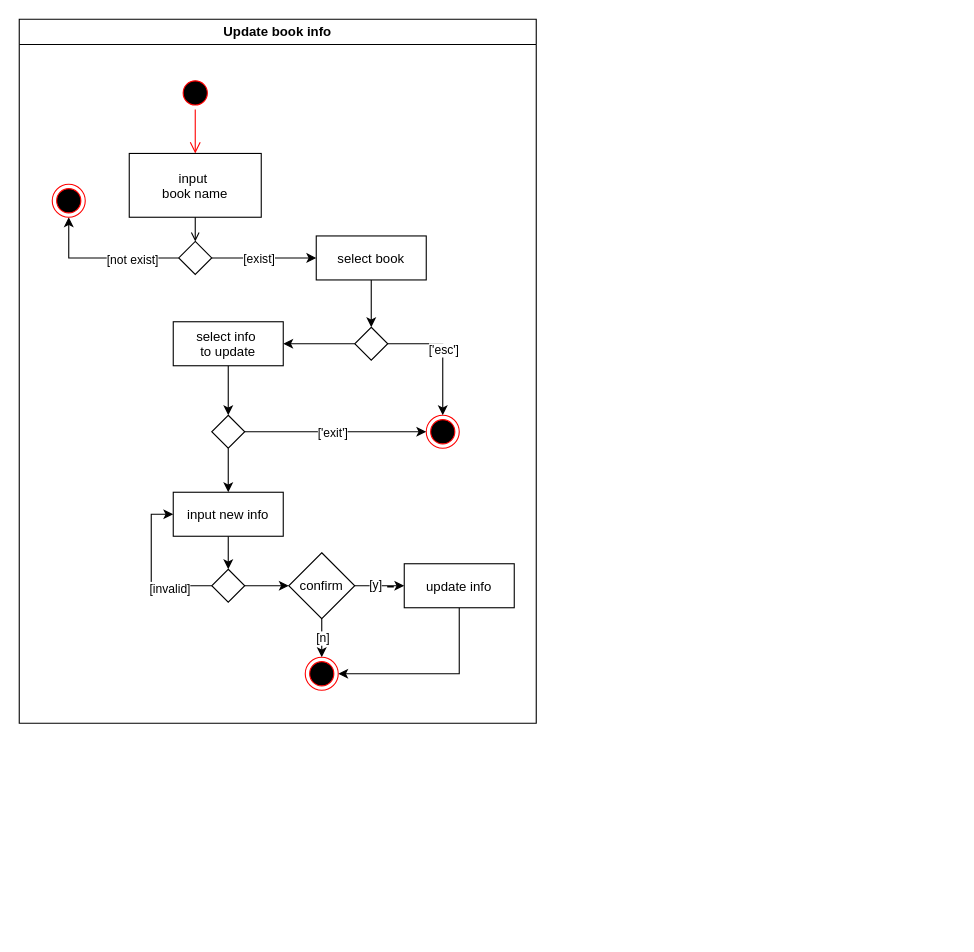
This is page "Update book info" (4 of 7) of Diagrams/ActivityDiagram.drawio from starven333/ShopProject, a draw.io file, before an edit. Source tidied: cells renumbered, new cells numbered last; positions are measured from the earlier drawing's top-left corner, leaving out a move shared by most shapes. Both pictures are drawn from the tidied source at 110%, with x=0, y=0 at pixel (19, 19).
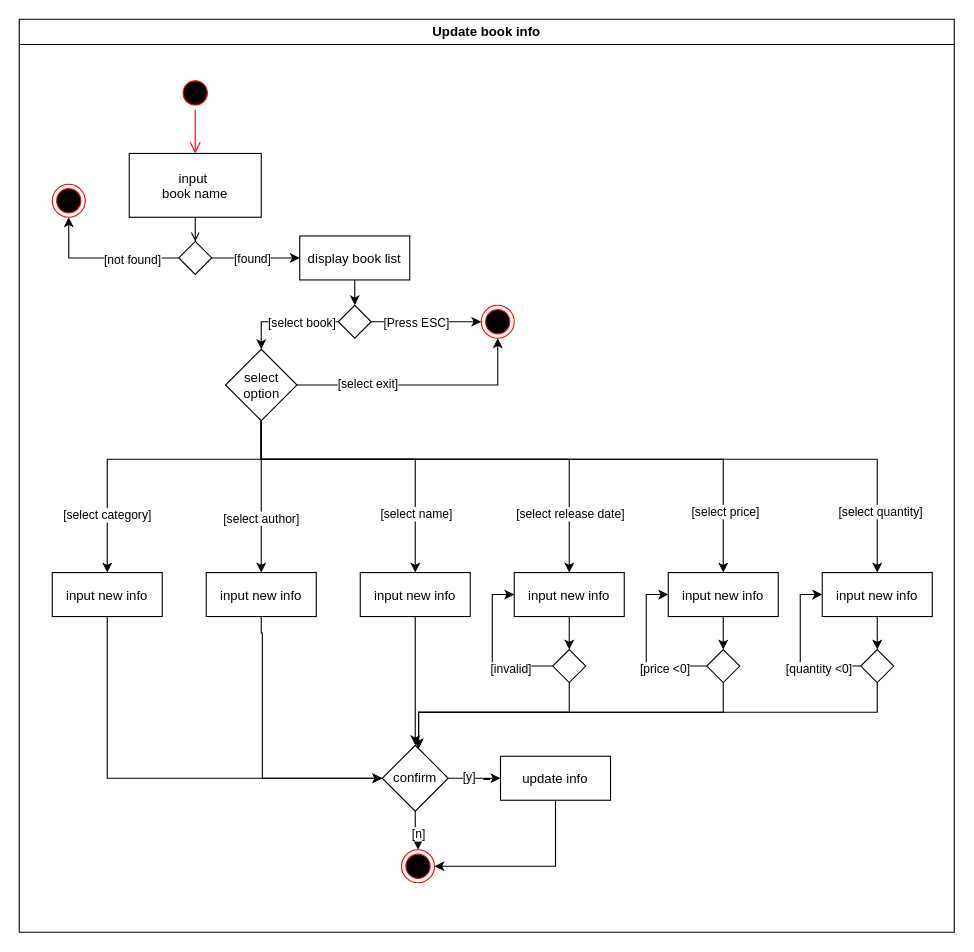
The same diagram, later.

The change refers to these unchanged cells:
```xml
<mxCell id="6" style="edgeStyle=orthogonalEdgeStyle;rounded=0;jettySize=auto;html=1;entryX=0.5;entryY=1;entryDx=0;entryDy=0;" parent="2" edge="1" source="10" target="12">
  <mxGeometry relative="1" as="geometry">
    <Array as="points">
      <mxPoint x="45" y="217" />
    </Array>
  </mxGeometry>
</mxCell>
<mxCell id="10" style="rhombus;whiteSpace=wrap;html=1;" parent="2" vertex="1">
  <mxGeometry x="145" y="202" width="30" height="30" as="geometry" />
</mxCell>
<mxCell id="22" style="edgeStyle=orthogonalEdgeStyle;rounded=0;jettySize=auto;html=1;" parent="2" edge="1" source="23" target="27">
  <mxGeometry relative="1" as="geometry" />
</mxCell>
```

Change to the diagram source:
```diff
@@
     <mxCell id="2" value="Update book info" style="swimlane;whiteSpace=wrap;startSize=23;" parent="1" vertex="1">
-      <mxGeometry width="470" height="640" as="geometry" />
+      <mxGeometry width="850" height="830" as="geometry" />
     </mxCell>
@@
-    <mxCell id="7" value="[not exist]" style="edgeLabel;html=1;align=center;verticalAlign=middle;" parent="6" vertex="1">
+    <mxCell id="7" value="[not found]" style="edgeLabel;html=1;align=center;verticalAlign=middle;" parent="6" vertex="1">
       <mxGeometry x="-0.37" y="1" relative="1" as="geometry" />
     </mxCell>
-    <mxCell id="8" style="edgeStyle=orthogonalEdgeStyle;rounded=0;jettySize=auto;html=1;" parent="2" edge="1" source="10" target="15">
+    <mxCell id="8" style="edgeStyle=orthogonalEdgeStyle;rounded=0;jettySize=auto;html=1;entryX=0;entryY=0.5;entryDx=0;entryDy=0;" parent="2" edge="1" source="10" target="56">
       <mxGeometry relative="1" as="geometry" />
     </mxCell>
-    <mxCell id="9" value="[exist]" style="edgeLabel;html=1;align=center;verticalAlign=middle;" parent="8" vertex="1">
+    <mxCell id="9" value="[found]" style="edgeLabel;html=1;align=center;verticalAlign=middle;" parent="8" vertex="1">
       <mxGeometry x="-0.11" relative="1" as="geometry" />
     </mxCell>
@@
-    <mxCell id="13" style="edgeStyle=orthogonalEdgeStyle;rounded=0;jettySize=auto;html=1;entryX=1;entryY=0.5;entryDx=0;entryDy=0;" parent="2" edge="1" source="19" target="18">
-      <mxGeometry relative="1" as="geometry" />
-    </mxCell>
-    <mxCell id="14" style="edgeStyle=orthogonalEdgeStyle;rounded=0;jettySize=auto;html=1;" parent="2" edge="1" source="15" target="19">
-      <mxGeometry relative="1" as="geometry" />
-    </mxCell>
-    <mxCell id="15" value="select book" parent="2" vertex="1">
-      <mxGeometry x="270" y="197" width="100" height="40" as="geometry" />
-    </mxCell>
     <mxCell id="16" style="ellipse;shape=endState;fillColor=#000000;strokeColor=#ff0000;" parent="2" vertex="1">
-      <mxGeometry x="370" y="360" width="30" height="30" as="geometry" />
+      <mxGeometry x="420" y="260" width="30" height="30" as="geometry" />
     </mxCell>
-    <mxCell id="17" style="edgeStyle=orthogonalEdgeStyle;rounded=0;jettySize=auto;html=1;" parent="2" edge="1" source="18" target="23">
-      <mxGeometry relative="1" as="geometry" />
-    </mxCell>
-    <mxCell id="18" value="select info &#10;to update" parent="2" vertex="1">
-      <mxGeometry x="140" y="275" width="100" height="40" as="geometry" />
-    </mxCell>
+    <mxCell id="20" style="edgeStyle=orthogonalEdgeStyle;rounded=0;jettySize=auto;html=1;" parent="2" edge="1" source="19" target="16">
+      <mxGeometry relative="1" as="geometry" />
+    </mxCell>
+    <mxCell id="40" value="[Press ESC]" style="edgeLabel;html=1;align=center;verticalAlign=middle;" parent="20" vertex="1">
+      <mxGeometry x="-0.2" relative="1" as="geometry" />
+    </mxCell>
+    <mxCell id="41" style="edgeStyle=orthogonalEdgeStyle;rounded=0;jettySize=auto;html=1;entryX=0.5;entryY=0;entryDx=0;entryDy=0;" parent="2" edge="1" source="19" target="23">
+      <mxGeometry relative="1" as="geometry" />
+    </mxCell>
+    <mxCell id="42" value="[select book]" style="edgeLabel;html=1;align=center;verticalAlign=middle;" parent="41" vertex="1">
+      <mxGeometry x="-0.28" relative="1" as="geometry" />
+    </mxCell>
     <mxCell id="19" style="rhombus;whiteSpace=wrap;html=1;" parent="2" vertex="1">
-      <mxGeometry x="305" y="280" width="30" height="30" as="geometry" />
+      <mxGeometry x="290" y="260" width="30" height="30" as="geometry" />
     </mxCell>
-    <mxCell id="20" style="edgeStyle=orthogonalEdgeStyle;rounded=0;jettySize=auto;html=1;exitX=1;exitY=0.5;exitDx=0;exitDy=0;" parent="2" edge="1" source="19" target="16">
-      <mxGeometry relative="1" as="geometry" />
-    </mxCell>
-    <mxCell id="21" value="['esc']" style="edgeLabel;html=1;align=center;verticalAlign=middle;" parent="20" vertex="1">
-      <mxGeometry x="-0.04" relative="1" as="geometry" />
-    </mxCell>
@@
+    <mxCell id="43" value="[select author]" style="edgeLabel;html=1;align=center;verticalAlign=middle;" parent="22" vertex="1">
+      <mxGeometry x="0.27" y="-1" relative="1" as="geometry" />
+    </mxCell>
+    <mxCell id="24" style="edgeStyle=orthogonalEdgeStyle;rounded=0;jettySize=auto;html=1;entryX=0.5;entryY=1;entryDx=0;entryDy=0;" parent="2" edge="1" source="23" target="16">
+      <mxGeometry relative="1" as="geometry" />
+    </mxCell>
+    <mxCell id="44" value="[select exit]" style="edgeLabel;html=1;align=center;verticalAlign=middle;" parent="24" vertex="1">
+      <mxGeometry x="-0.43" y="1" relative="1" as="geometry" />
+    </mxCell>
+    <mxCell id="45" style="edgeStyle=orthogonalEdgeStyle;rounded=0;jettySize=auto;html=1;" parent="2" edge="1" source="23" target="65">
+      <mxGeometry relative="1" as="geometry">
+        <Array as="points">
+          <mxPoint x="220" y="400" />
+          <mxPoint x="80" y="400" />
+        </Array>
+      </mxGeometry>
+    </mxCell>
+    <mxCell id="46" value="[select category]" style="edgeLabel;html=1;align=center;verticalAlign=middle;" parent="45" vertex="1">
+      <mxGeometry x="0.62" y="-1" relative="1" as="geometry" />
+    </mxCell>
+    <mxCell id="47" style="edgeStyle=orthogonalEdgeStyle;rounded=0;jettySize=auto;html=1;entryX=0.5;entryY=0;entryDx=0;entryDy=0;" parent="2" edge="1" source="23" target="58">
+      <mxGeometry relative="1" as="geometry">
+        <Array as="points">
+          <mxPoint x="220" y="400" />
+          <mxPoint x="360" y="400" />
+        </Array>
+      </mxGeometry>
+    </mxCell>
+    <mxCell id="48" value="[select name]" style="edgeLabel;html=1;align=center;verticalAlign=middle;" parent="47" vertex="1">
+      <mxGeometry x="0.61" relative="1" as="geometry" />
+    </mxCell>
+    <mxCell id="49" style="edgeStyle=orthogonalEdgeStyle;rounded=0;jettySize=auto;html=1;" parent="2" edge="1" source="23" target="60">
+      <mxGeometry relative="1" as="geometry">
+        <Array as="points">
+          <mxPoint x="220" y="400" />
+          <mxPoint x="500" y="400" />
+        </Array>
+      </mxGeometry>
+    </mxCell>
+    <mxCell id="50" value="[select release date]" style="edgeLabel;html=1;align=center;verticalAlign=middle;" parent="49" vertex="1">
+      <mxGeometry x="0.74" relative="1" as="geometry" />
+    </mxCell>
+    <mxCell id="51" style="edgeStyle=orthogonalEdgeStyle;rounded=0;jettySize=auto;html=1;" parent="2" edge="1" source="23" target="67">
+      <mxGeometry relative="1" as="geometry">
+        <Array as="points">
+          <mxPoint x="220" y="400" />
+          <mxPoint x="640" y="400" />
+        </Array>
+      </mxGeometry>
+    </mxCell>
+    <mxCell id="52" value="[select price]" style="edgeLabel;html=1;align=center;verticalAlign=middle;" parent="51" vertex="1">
+      <mxGeometry x="0.8" y="1" relative="1" as="geometry" />
+    </mxCell>
+    <mxCell id="53" style="edgeStyle=orthogonalEdgeStyle;rounded=0;jettySize=auto;html=1;" parent="2" edge="1" source="23" target="73">
+      <mxGeometry relative="1" as="geometry">
+        <Array as="points">
+          <mxPoint x="220" y="400" />
+          <mxPoint x="780" y="400" />
+        </Array>
+      </mxGeometry>
+    </mxCell>
+    <mxCell id="54" value="[select quantity]" style="edgeLabel;html=1;align=center;verticalAlign=middle;" parent="53" vertex="1">
+      <mxGeometry x="0.84" y="2" relative="1" as="geometry" />
+    </mxCell>
-    <mxCell id="23" style="rhombus;whiteSpace=wrap;html=1;" parent="2" vertex="1">
-      <mxGeometry x="175" y="360" width="30" height="30" as="geometry" />
+    <mxCell id="23" value="select option" style="rhombus;whiteSpace=wrap;html=1;" parent="2" vertex="1">
+      <mxGeometry x="187.5" y="300" width="65" height="65" as="geometry" />
     </mxCell>
-    <mxCell id="24" style="edgeStyle=orthogonalEdgeStyle;rounded=0;jettySize=auto;html=1;exitX=1;exitY=0.5;exitDx=0;exitDy=0;" parent="2" edge="1" source="23" target="16">
-      <mxGeometry relative="1" as="geometry" />
-    </mxCell>
-    <mxCell id="25" value="['exit']" style="edgeLabel;html=1;align=center;verticalAlign=middle;" parent="24" vertex="1">
-      <mxGeometry x="-0.04" relative="1" as="geometry" />
-    </mxCell>
-    <mxCell id="26" style="edgeStyle=orthogonalEdgeStyle;rounded=0;jettySize=auto;html=1;" parent="2" edge="1" source="27" target="31">
-      <mxGeometry relative="1" as="geometry" />
+    <mxCell id="26" style="edgeStyle=orthogonalEdgeStyle;rounded=0;jettySize=auto;html=1;" parent="2" edge="1" source="27" target="36">
+      <mxGeometry relative="1" as="geometry">
+        <Array as="points">
+          <mxPoint x="220" y="558" />
+          <mxPoint x="221" y="558" />
+          <mxPoint x="221" y="690" />
+        </Array>
+      </mxGeometry>
     </mxCell>
     <mxCell id="27" value="input new info" parent="2" vertex="1">
-      <mxGeometry x="140" y="430" width="100" height="40" as="geometry" />
+      <mxGeometry x="170" y="503" width="100" height="40" as="geometry" />
     </mxCell>
-    <mxCell id="28" style="edgeStyle=orthogonalEdgeStyle;rounded=0;jettySize=auto;html=1;entryX=0;entryY=0.5;entryDx=0;entryDy=0;" parent="2" edge="1" source="31" target="27">
-      <mxGeometry relative="1" as="geometry">
-        <Array as="points">
-          <mxPoint x="120" y="515" />
-          <mxPoint x="120" y="450" />
-        </Array>
-      </mxGeometry>
-    </mxCell>
-    <mxCell id="29" value="[invalid]" style="edgeLabel;html=1;align=center;verticalAlign=middle;" parent="28" vertex="1">
-      <mxGeometry x="-0.45" y="2" relative="1" as="geometry" />
-    </mxCell>
-    <mxCell id="30" style="edgeStyle=orthogonalEdgeStyle;rounded=0;jettySize=auto;html=1;" parent="2" edge="1" source="31" target="36">
-      <mxGeometry relative="1" as="geometry" />
-    </mxCell>
-    <mxCell id="31" style="rhombus;whiteSpace=wrap;html=1;" parent="2" vertex="1">
-      <mxGeometry x="175" y="500" width="30" height="30" as="geometry" />
-    </mxCell>
     <mxCell id="32" style="edgeStyle=orthogonalEdgeStyle;rounded=0;jettySize=auto;html=1;entryX=0;entryY=0.5;entryDx=0;entryDy=0;" parent="2" edge="1" source="36" target="38">
       <mxGeometry relative="1" as="geometry">
         <Array as="points">
-          <mxPoint x="340" y="515" />
-          <mxPoint x="340" y="516" />
-          <mxPoint x="335" y="516" />
+          <mxPoint x="427.5" y="690" />
+          <mxPoint x="427.5" y="691" />
+          <mxPoint x="422.5" y="691" />
         </Array>
       </mxGeometry>
     </mxCell>
@@
     <mxCell id="36" value="confirm" style="rhombus;whiteSpace=wrap;html=1;" parent="2" vertex="1">
-      <mxGeometry x="245" y="485" width="60" height="60" as="geometry" />
+      <mxGeometry x="330" y="660" width="60" height="60" as="geometry" />
     </mxCell>
     <mxCell id="37" style="edgeStyle=orthogonalEdgeStyle;rounded=0;jettySize=auto;html=1;entryX=1;entryY=0.5;entryDx=0;entryDy=0;" parent="2" edge="1" source="38" target="39">
       <mxGeometry relative="1" as="geometry">
         <Array as="points">
-          <mxPoint x="400" y="595" />
+          <mxPoint x="487.5" y="770" />
         </Array>
       </mxGeometry>
     </mxCell>
     <mxCell id="38" value="update info" parent="2" vertex="1">
-      <mxGeometry x="350" y="495" width="100" height="40" as="geometry" />
+      <mxGeometry x="437.5" y="670" width="100" height="40" as="geometry" />
     </mxCell>
     <mxCell id="39" style="ellipse;shape=endState;fillColor=#000000;strokeColor=#ff0000;" parent="2" vertex="1">
-      <mxGeometry x="260" y="580" width="30" height="30" as="geometry" />
+      <mxGeometry x="347.5" y="755" width="30" height="30" as="geometry" />
     </mxCell>
+    <mxCell id="55" style="edgeStyle=orthogonalEdgeStyle;rounded=0;jettySize=auto;html=1;" parent="2" edge="1" source="56" target="19">
+      <mxGeometry relative="1" as="geometry" />
+    </mxCell>
+    <mxCell id="56" value="display book list" parent="2" vertex="1">
+      <mxGeometry x="255" y="197" width="100" height="40" as="geometry" />
+    </mxCell>
+    <mxCell id="57" style="edgeStyle=orthogonalEdgeStyle;rounded=0;jettySize=auto;html=1;" parent="2" edge="1" source="58" target="36">
+      <mxGeometry relative="1" as="geometry">
+        <Array as="points">
+          <mxPoint x="370" y="540" />
+          <mxPoint x="370" y="540" />
+        </Array>
+      </mxGeometry>
+    </mxCell>
+    <mxCell id="58" value="input new info" parent="2" vertex="1">
+      <mxGeometry x="310" y="503" width="100" height="40" as="geometry" />
+    </mxCell>
+    <mxCell id="59" style="edgeStyle=orthogonalEdgeStyle;rounded=0;jettySize=auto;html=1;" parent="2" edge="1" source="60" target="63">
+      <mxGeometry relative="1" as="geometry" />
+    </mxCell>
+    <mxCell id="60" value="input new info" parent="2" vertex="1">
+      <mxGeometry x="450" y="503" width="100" height="40" as="geometry" />
+    </mxCell>
+    <mxCell id="61" style="edgeStyle=orthogonalEdgeStyle;rounded=0;jettySize=auto;html=1;entryX=0;entryY=0.5;entryDx=0;entryDy=0;" parent="2" edge="1" source="63" target="60">
+      <mxGeometry relative="1" as="geometry">
+        <Array as="points">
+          <mxPoint x="430" y="588" />
+          <mxPoint x="430" y="523" />
+        </Array>
+      </mxGeometry>
+    </mxCell>
+    <mxCell id="29" value="[invalid]" style="edgeLabel;html=1;align=center;verticalAlign=middle;" parent="61" vertex="1">
+      <mxGeometry x="-0.45" y="2" relative="1" as="geometry" />
+    </mxCell>
+    <mxCell id="62" style="edgeStyle=orthogonalEdgeStyle;rounded=0;jettySize=auto;html=1;" parent="2" edge="1" source="63" target="36">
+      <mxGeometry relative="1" as="geometry">
+        <Array as="points">
+          <mxPoint x="500" y="630" />
+          <mxPoint x="363" y="630" />
+        </Array>
+      </mxGeometry>
+    </mxCell>
+    <mxCell id="63" style="rhombus;whiteSpace=wrap;html=1;" parent="2" vertex="1">
+      <mxGeometry x="485" y="573" width="30" height="30" as="geometry" />
+    </mxCell>
+    <mxCell id="64" style="edgeStyle=orthogonalEdgeStyle;rounded=0;jettySize=auto;html=1;entryX=0;entryY=0.5;entryDx=0;entryDy=0;" parent="2" edge="1" source="65" target="36">
+      <mxGeometry relative="1" as="geometry">
+        <Array as="points">
+          <mxPoint x="80" y="690" />
+        </Array>
+      </mxGeometry>
+    </mxCell>
+    <mxCell id="65" value="input new info" parent="2" vertex="1">
+      <mxGeometry x="30" y="503" width="100" height="40" as="geometry" />
+    </mxCell>
+    <mxCell id="66" style="edgeStyle=orthogonalEdgeStyle;rounded=0;jettySize=auto;html=1;" parent="2" edge="1" source="67" target="71">
+      <mxGeometry relative="1" as="geometry" />
+    </mxCell>
+    <mxCell id="67" value="input new info" parent="2" vertex="1">
+      <mxGeometry x="590" y="503" width="100" height="40" as="geometry" />
+    </mxCell>
+    <mxCell id="68" style="edgeStyle=orthogonalEdgeStyle;rounded=0;jettySize=auto;html=1;entryX=0;entryY=0.5;entryDx=0;entryDy=0;" parent="2" edge="1" source="71" target="67">
+      <mxGeometry relative="1" as="geometry">
+        <Array as="points">
+          <mxPoint x="570" y="588" />
+          <mxPoint x="570" y="523" />
+        </Array>
+      </mxGeometry>
+    </mxCell>
+    <mxCell id="69" value="[price &amp;lt;0]" style="edgeLabel;html=1;align=center;verticalAlign=middle;" parent="68" vertex="1">
+      <mxGeometry x="-0.45" y="2" relative="1" as="geometry" />
+    </mxCell>
+    <mxCell id="70" style="edgeStyle=orthogonalEdgeStyle;rounded=0;jettySize=auto;html=1;" parent="2" edge="1" source="71" target="36">
+      <mxGeometry relative="1" as="geometry">
+        <Array as="points">
+          <mxPoint x="640" y="630" />
+          <mxPoint x="363" y="630" />
+        </Array>
+      </mxGeometry>
+    </mxCell>
+    <mxCell id="71" style="rhombus;whiteSpace=wrap;html=1;" parent="2" vertex="1">
+      <mxGeometry x="625" y="573" width="30" height="30" as="geometry" />
+    </mxCell>
+    <mxCell id="72" style="edgeStyle=orthogonalEdgeStyle;rounded=0;jettySize=auto;html=1;" parent="2" edge="1" source="73" target="77">
+      <mxGeometry relative="1" as="geometry" />
+    </mxCell>
+    <mxCell id="73" value="input new info" parent="2" vertex="1">
+      <mxGeometry x="730" y="503" width="100" height="40" as="geometry" />
+    </mxCell>
+    <mxCell id="74" style="edgeStyle=orthogonalEdgeStyle;rounded=0;jettySize=auto;html=1;entryX=0;entryY=0.5;entryDx=0;entryDy=0;" parent="2" edge="1" source="77" target="73">
+      <mxGeometry relative="1" as="geometry">
+        <Array as="points">
+          <mxPoint x="710" y="588" />
+          <mxPoint x="710" y="523" />
+        </Array>
+      </mxGeometry>
+    </mxCell>
+    <mxCell id="75" value="[quantity &amp;lt;0]" style="edgeLabel;html=1;align=center;verticalAlign=middle;" parent="74" vertex="1">
+      <mxGeometry x="-0.45" y="2" relative="1" as="geometry" />
+    </mxCell>
+    <mxCell id="76" style="edgeStyle=orthogonalEdgeStyle;rounded=0;jettySize=auto;html=1;" parent="2" edge="1" source="77" target="36">
+      <mxGeometry relative="1" as="geometry">
+        <Array as="points">
+          <mxPoint x="780" y="630" />
+          <mxPoint x="363" y="630" />
+        </Array>
+      </mxGeometry>
+    </mxCell>
+    <mxCell id="77" style="rhombus;whiteSpace=wrap;html=1;" parent="2" vertex="1">
+      <mxGeometry x="765" y="573" width="30" height="30" as="geometry" />
+    </mxCell>
```
